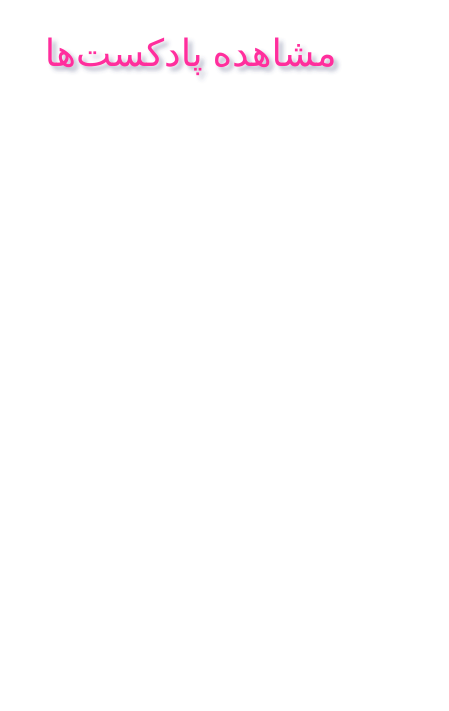
The draw.io diagram page "مشاهده‌ پادکست‌ها" (1 of 20) of Sequence Diagram/SequenceDiagram.drawio in Matinrezaei/Software-Lab, before the edit. Source tidied: cells renumbered, new cells numbered last; positions are measured from the earlier drawing's top-left corner, leaving out a move shared by most shapes. Both pictures are drawn from the tidied source at 125%, with x=0, y=0 at pixel (21, 21).
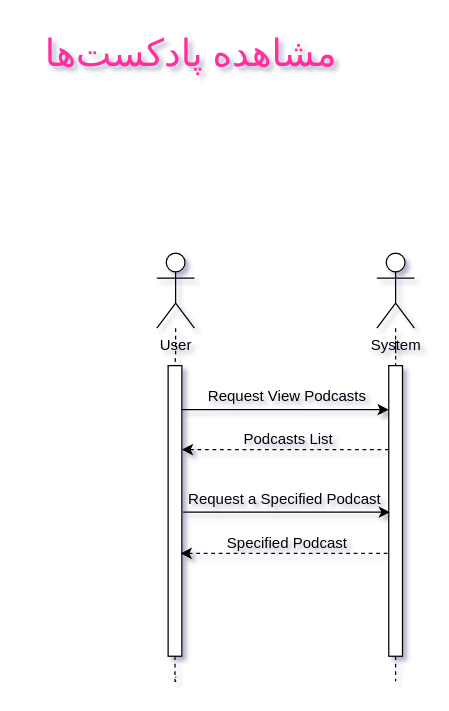
Above is the later version.

Change to the diagram source:
```diff
@@
+    <mxCell id="3" style="edgeStyle=orthogonalEdgeStyle;rounded=0;jettySize=auto;html=1;dashed=1;endArrow=none;endFill=0;" parent="1" edge="1" source="9">
+      <mxGeometry relative="1" as="geometry">
+        <mxPoint x="123" y="523.8" as="targetPoint" />
+      </mxGeometry>
+    </mxCell>
+    <mxCell id="4" value="User" style="shape=umlActor;verticalLabelPosition=bottom;verticalAlign=top;html=1;outlineConnect=0;" parent="1" vertex="1">
+      <mxGeometry x="108" y="185" width="30" height="60" as="geometry" />
+    </mxCell>
+    <mxCell id="5" style="edgeStyle=orthogonalEdgeStyle;rounded=0;jettySize=auto;html=1;dashed=1;endArrow=none;endFill=0;" parent="1" edge="1" source="12">
+      <mxGeometry relative="1" as="geometry">
+        <mxPoint x="299" y="524.2" as="targetPoint" />
+      </mxGeometry>
+    </mxCell>
+    <mxCell id="6" value="System" style="shape=umlActor;verticalLabelPosition=bottom;verticalAlign=top;html=1;outlineConnect=0;" parent="1" vertex="1">
+      <mxGeometry x="284" y="185" width="30" height="60" as="geometry" />
+    </mxCell>
+    <mxCell id="7" style="edgeStyle=orthogonalEdgeStyle;rounded=0;jettySize=auto;html=1;dashed=1;endArrow=none;endFill=0;" parent="1" edge="1" source="4" target="9">
+      <mxGeometry relative="1" as="geometry" />
+    </mxCell>
+    <mxCell id="8" style="edgeStyle=orthogonalEdgeStyle;rounded=0;orthogonalLoop=1;jettySize=auto;html=1;entryX=0.5;entryY=1;entryDx=0;entryDy=0;" parent="1" edge="1">
+      <mxGeometry relative="1" as="geometry">
+        <mxPoint x="128" y="310.2" as="sourcePoint" />
+        <mxPoint x="293.5" y="310.2" as="targetPoint" />
+      </mxGeometry>
+    </mxCell>
+    <mxCell id="9" style="rounded=0;whiteSpace=wrap;html=1;direction=south;" parent="1" vertex="1">
+      <mxGeometry x="117" y="275" width="11" height="232.5" as="geometry" />
+    </mxCell>
+    <mxCell id="10" style="edgeStyle=orthogonalEdgeStyle;rounded=0;jettySize=auto;html=1;dashed=1;endArrow=none;endFill=0;" parent="1" edge="1" source="6" target="12">
+      <mxGeometry relative="1" as="geometry" />
+    </mxCell>
+    <mxCell id="11" style="edgeStyle=orthogonalEdgeStyle;rounded=0;orthogonalLoop=1;jettySize=auto;html=1;dashed=1;" parent="1" edge="1">
+      <mxGeometry relative="1" as="geometry">
+        <mxPoint x="293.5" y="342.2" as="sourcePoint" />
+        <mxPoint x="128" y="342.2" as="targetPoint" />
+      </mxGeometry>
+    </mxCell>
+    <mxCell id="12" style="rounded=0;whiteSpace=wrap;html=1;direction=south;" parent="1" vertex="1">
+      <mxGeometry x="293.5" y="275" width="11" height="232.5" as="geometry" />
+    </mxCell>
+    <mxCell id="13" value="Request View Podcasts" style="text;html=1;align=center;verticalAlign=middle;strokeColor=none;fillColor=none;" parent="1" vertex="1">
+      <mxGeometry x="140" y="287" width="144" height="26" as="geometry" />
+    </mxCell>
+    <mxCell id="14" value="Podcasts List" style="text;html=1;align=center;verticalAlign=middle;strokeColor=none;fillColor=none;" parent="1" vertex="1">
+      <mxGeometry x="168" y="321" width="89" height="26" as="geometry" />
+    </mxCell>
+    <mxCell id="15" style="edgeStyle=orthogonalEdgeStyle;rounded=0;orthogonalLoop=1;jettySize=auto;html=1;entryX=0.5;entryY=1;entryDx=0;entryDy=0;" parent="1" edge="1">
+      <mxGeometry relative="1" as="geometry">
+        <mxPoint x="129" y="392.2" as="sourcePoint" />
+        <mxPoint x="294.5" y="392.2" as="targetPoint" />
+      </mxGeometry>
+    </mxCell>
+    <mxCell id="16" value="Request a Specified Podcast" style="text;html=1;align=center;verticalAlign=middle;strokeColor=none;fillColor=none;" parent="1" vertex="1">
+      <mxGeometry x="124" y="369" width="172" height="26" as="geometry" />
+    </mxCell>
+    <mxCell id="17" style="edgeStyle=orthogonalEdgeStyle;rounded=0;orthogonalLoop=1;jettySize=auto;html=1;dashed=1;" parent="1" edge="1">
+      <mxGeometry relative="1" as="geometry">
+        <mxPoint x="292.5" y="425.2" as="sourcePoint" />
+        <mxPoint x="127" y="425.2" as="targetPoint" />
+      </mxGeometry>
+    </mxCell>
+    <mxCell id="18" value="Specified Podcast" style="text;html=1;align=center;verticalAlign=middle;strokeColor=none;fillColor=none;" parent="1" vertex="1">
+      <mxGeometry x="155" y="404" width="114" height="26" as="geometry" />
+    </mxCell>
```
